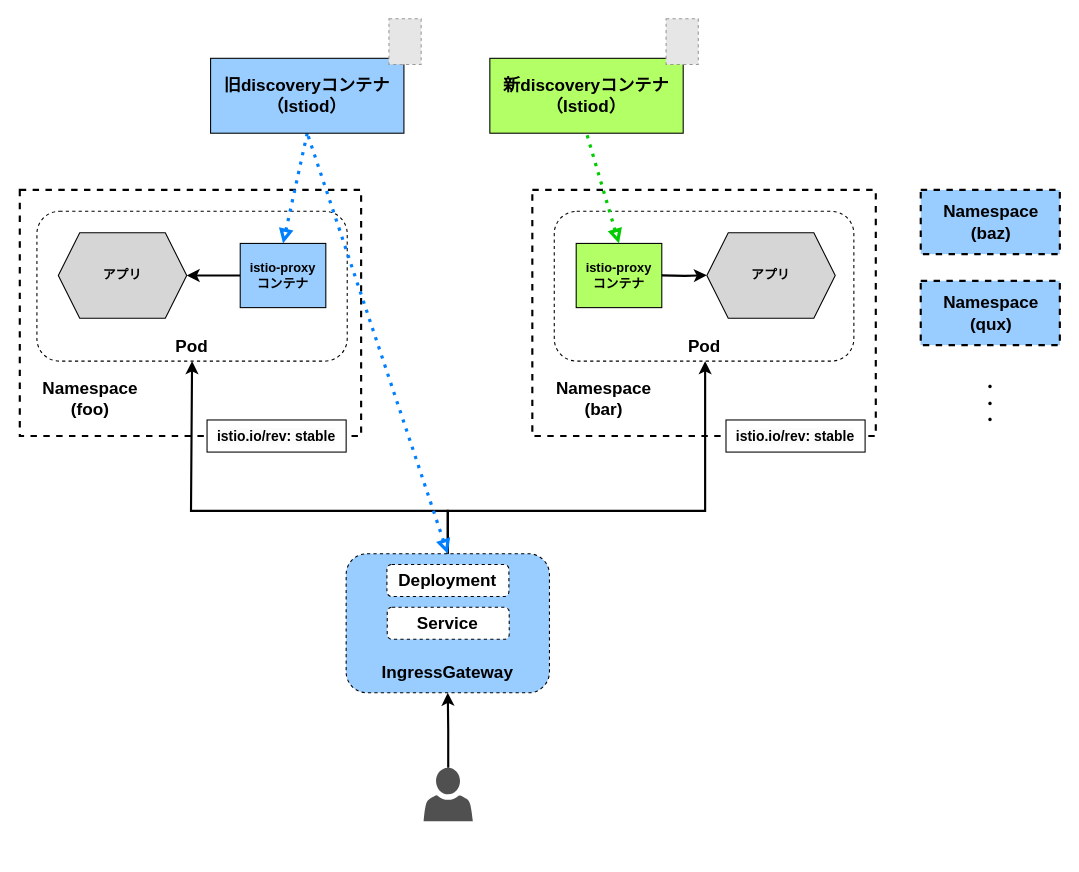
This is page "istio_canary-upgrade_3" (7 of 13) of images/drawio/istio/upgrade_istio.drawio from hiroki-it/tech-notebook_old, a draw.io file, before an edit. Source tidied: cells renumbered, new cells numbered last; positions are measured from the earlier drawing's top-left corner, leaving out a move shared by most shapes. Both pictures are drawn from the tidied source at 107%, with x=0, y=0 at pixel (19, 18). Pictures stored in the file or linked from it are replaced by grey dashed boxes.
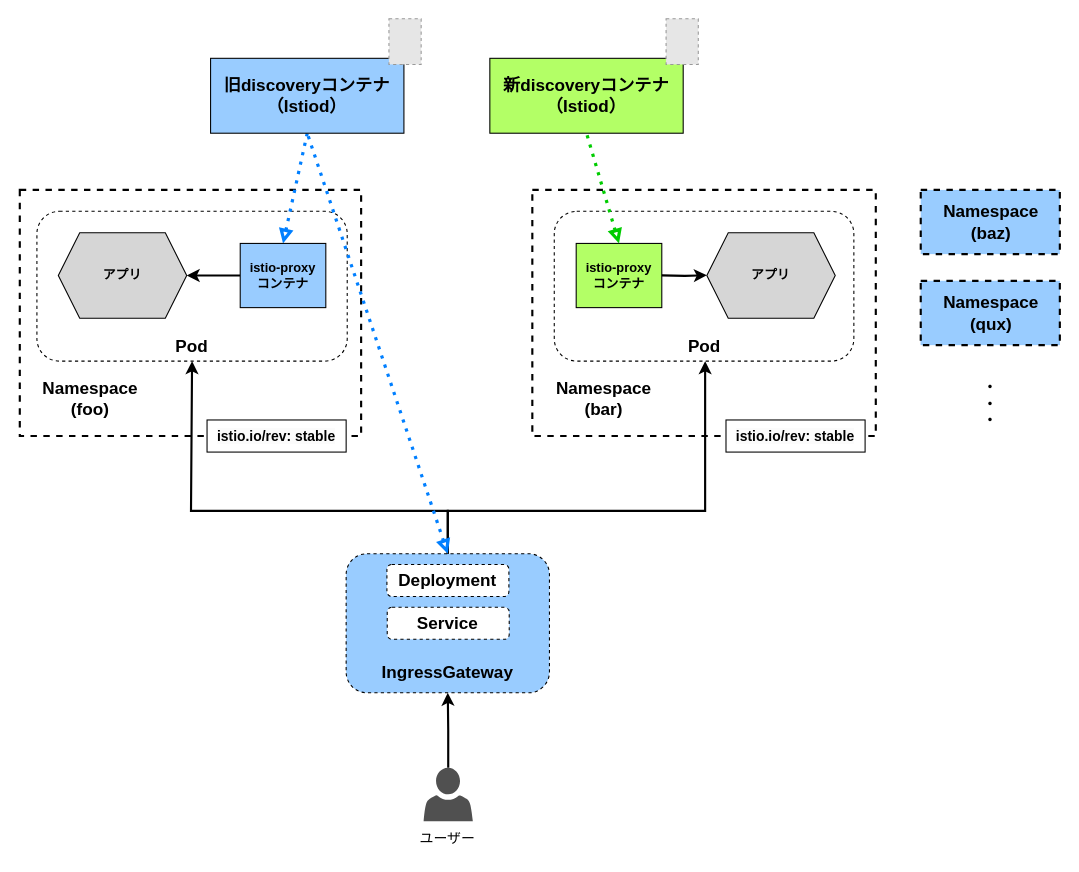
The same diagram, later.

What changed in the source:
```diff
@@
+    <mxCell id="49" value="&lt;font style=&quot;font-size: 13px;&quot;&gt;ユーザー&lt;/font&gt;" style="text;html=1;strokeColor=none;fillColor=none;align=center;verticalAlign=middle;whiteSpace=wrap;rounded=0;fontSize=16;fontColor=default;" parent="1" vertex="1">
+      <mxGeometry x="365" y="750" width="70" height="30" as="geometry" />
+    </mxCell>
```
